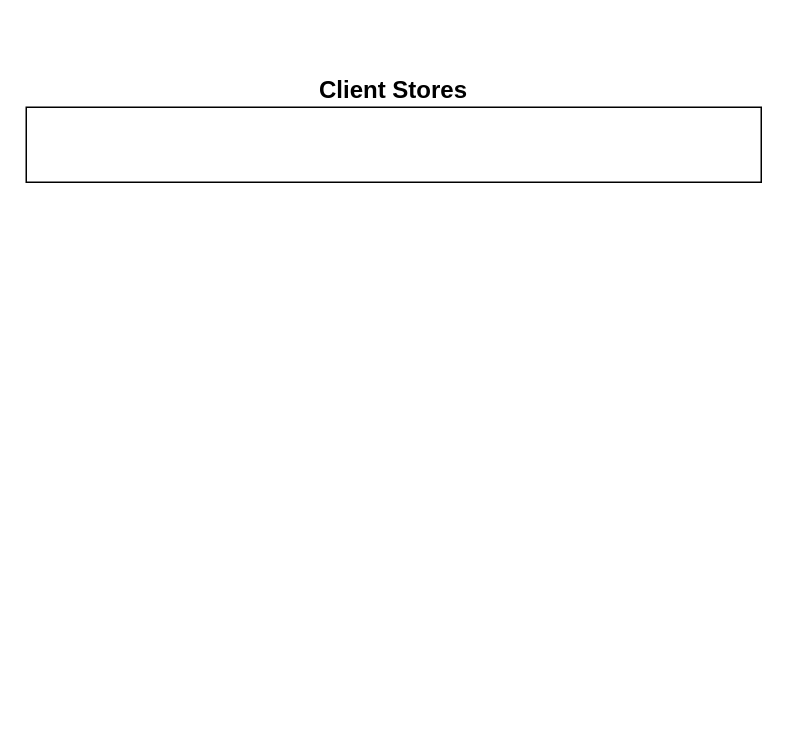
Before: Untitled Diagram.drawio in shoaibijaz/soding, a draw.io diagram. Source tidied: cells renumbered, new cells numbered last; positions are measured from the earlier drawing's top-left corner, leaving out a move shared by most shapes. Both pictures are drawn from the tidied source at 150%, with x=0, y=0 at pixel (26, 74).
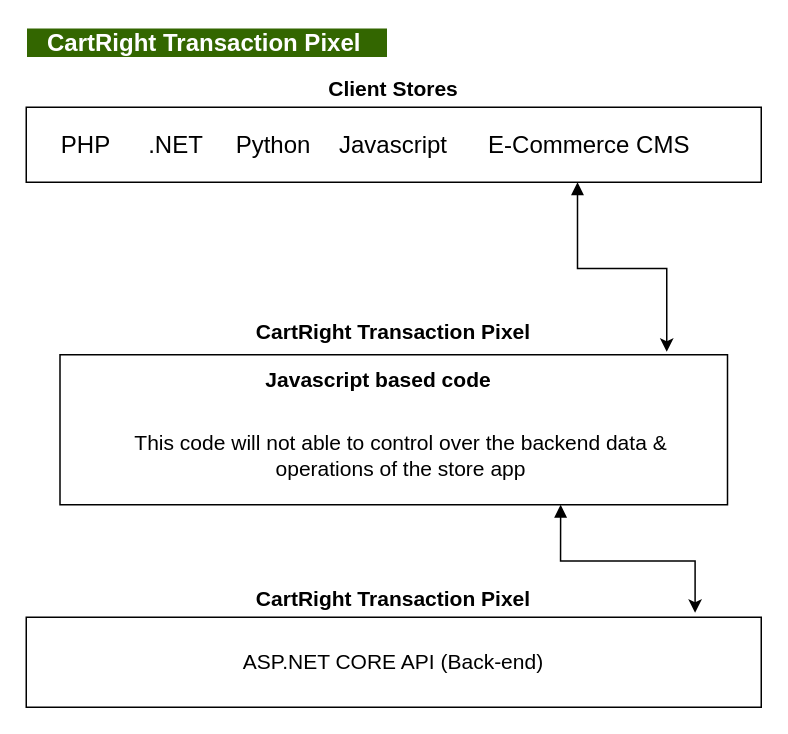
The same page after the edit.

The edit, as a diff of the source:
```diff
@@
 <mxGraphModel>
   <root>
     <mxCell id="0" />
     <mxCell id="1" parent="0" />
+    <mxCell id="4" style="edgeStyle=orthogonalEdgeStyle;rounded=0;jettySize=auto;html=1;exitX=0.75;exitY=1;exitDx=0;exitDy=0;entryX=0.909;entryY=-0.02;entryDx=0;entryDy=0;entryPerimeter=0;startArrow=block;fontSize=14;" parent="1" edge="1" source="2" target="12">
+      <mxGeometry relative="1" as="geometry" />
+    </mxCell>
     <mxCell id="2" style="rounded=0;whiteSpace=wrap;html=1;" parent="1" vertex="1">
       <mxGeometry y="22" width="490" height="50" as="geometry" />
     </mxCell>
-    <mxCell id="3" value="Client Stores" style="text;html=1;strokeColor=none;fillColor=none;align=center;verticalAlign=middle;whiteSpace=wrap;rounded=0;fontStyle=1;fontSize=16;" parent="1" vertex="1">
+    <mxCell id="3" value="Client Stores" style="text;html=1;strokeColor=none;fillColor=none;align=center;verticalAlign=middle;whiteSpace=wrap;rounded=0;fontStyle=1;fontSize=14;" parent="1" vertex="1">
       <mxGeometry x="185" width="120" height="20" as="geometry" />
     </mxCell>
+    <mxCell id="5" value="PHP" style="text;html=1;strokeColor=none;fillColor=none;align=center;verticalAlign=middle;whiteSpace=wrap;rounded=0;fontSize=16;" parent="1" vertex="1">
+      <mxGeometry x="20" y="37" width="40" height="20" as="geometry" />
+    </mxCell>
+    <mxCell id="6" value=".NET" style="text;html=1;strokeColor=none;fillColor=none;align=center;verticalAlign=middle;whiteSpace=wrap;rounded=0;fontSize=16;" parent="1" vertex="1">
+      <mxGeometry x="80" y="37" width="40" height="20" as="geometry" />
+    </mxCell>
+    <mxCell id="7" value="Python" style="text;html=1;strokeColor=none;fillColor=none;align=center;verticalAlign=middle;whiteSpace=wrap;rounded=0;fontSize=16;" parent="1" vertex="1">
+      <mxGeometry x="145" y="37" width="40" height="20" as="geometry" />
+    </mxCell>
+    <mxCell id="8" value="Javascript" style="text;html=1;strokeColor=none;fillColor=none;align=center;verticalAlign=middle;whiteSpace=wrap;rounded=0;fontSize=16;" parent="1" vertex="1">
+      <mxGeometry x="225" y="37" width="40" height="20" as="geometry" />
+    </mxCell>
+    <mxCell id="9" value="E-Commerce CMS" style="text;html=1;strokeColor=none;fillColor=none;align=center;verticalAlign=middle;whiteSpace=wrap;rounded=0;fontSize=16;" parent="1" vertex="1">
+      <mxGeometry x="298" y="37" width="155" height="20" as="geometry" />
+    </mxCell>
+    <mxCell id="10" value="CartRight Transaction Pixel" style="text;html=1;strokeColor=none;fillColor=none;align=center;verticalAlign=middle;whiteSpace=wrap;rounded=0;fontStyle=1;fontSize=14;" parent="1" vertex="1">
+      <mxGeometry x="120" y="162" width="250" height="20" as="geometry" />
+    </mxCell>
+    <mxCell id="11" style="edgeStyle=orthogonalEdgeStyle;rounded=0;jettySize=auto;html=1;exitX=0.75;exitY=1;exitDx=0;exitDy=0;entryX=0.91;entryY=-0.05;entryDx=0;entryDy=0;entryPerimeter=0;startArrow=block;fontSize=14;" parent="1" edge="1" source="12" target="15">
+      <mxGeometry relative="1" as="geometry" />
+    </mxCell>
+    <mxCell id="12" style="rounded=0;whiteSpace=wrap;html=1;fontSize=16;" parent="1" vertex="1">
+      <mxGeometry x="22.5" y="187" width="445" height="100" as="geometry" />
+    </mxCell>
+    <mxCell id="13" value="Javascript based code" style="text;html=1;strokeColor=none;fillColor=none;align=center;verticalAlign=middle;whiteSpace=wrap;rounded=0;fontSize=14;fontStyle=1;" parent="1" vertex="1">
+      <mxGeometry x="40" y="194" width="390" height="20" as="geometry" />
+    </mxCell>
+    <mxCell id="14" value="This code will not able to control over the backend data &amp;amp; operations of the store app" style="text;html=1;strokeColor=none;fillColor=none;align=center;verticalAlign=middle;whiteSpace=wrap;rounded=0;fontSize=14;" parent="1" vertex="1">
+      <mxGeometry x="40" y="244" width="420" height="20" as="geometry" />
+    </mxCell>
+    <mxCell id="15" value="ASP.NET CORE API (Back-end)" style="rounded=0;whiteSpace=wrap;html=1;fontSize=14;" parent="1" vertex="1">
+      <mxGeometry y="362" width="490" height="60" as="geometry" />
+    </mxCell>
+    <mxCell id="16" value="CartRight Transaction Pixel" style="text;html=1;strokeColor=none;fillColor=none;align=center;verticalAlign=middle;whiteSpace=wrap;rounded=0;fontStyle=1;fontSize=14;" parent="1" vertex="1">
+      <mxGeometry x="120" y="340" width="250" height="20" as="geometry" />
+    </mxCell>
+    <mxCell id="17" value="&amp;nbsp; &amp;nbsp;CartRight Transaction Pixel&amp;nbsp; &amp;nbsp;&amp;nbsp;" style="text;html=1;strokeColor=none;fillColor=none;align=left;verticalAlign=middle;whiteSpace=wrap;rounded=0;fontStyle=1;fontSize=16;labelBackgroundColor=#336600;fontColor=#FFFFFF;spacingTop=1;spacing=2;spacingLeft=-1;" parent="1" vertex="1">
+      <mxGeometry y="-32" width="250" height="20" as="geometry" />
+    </mxCell>
   </root>
 </mxGraphModel>
```
